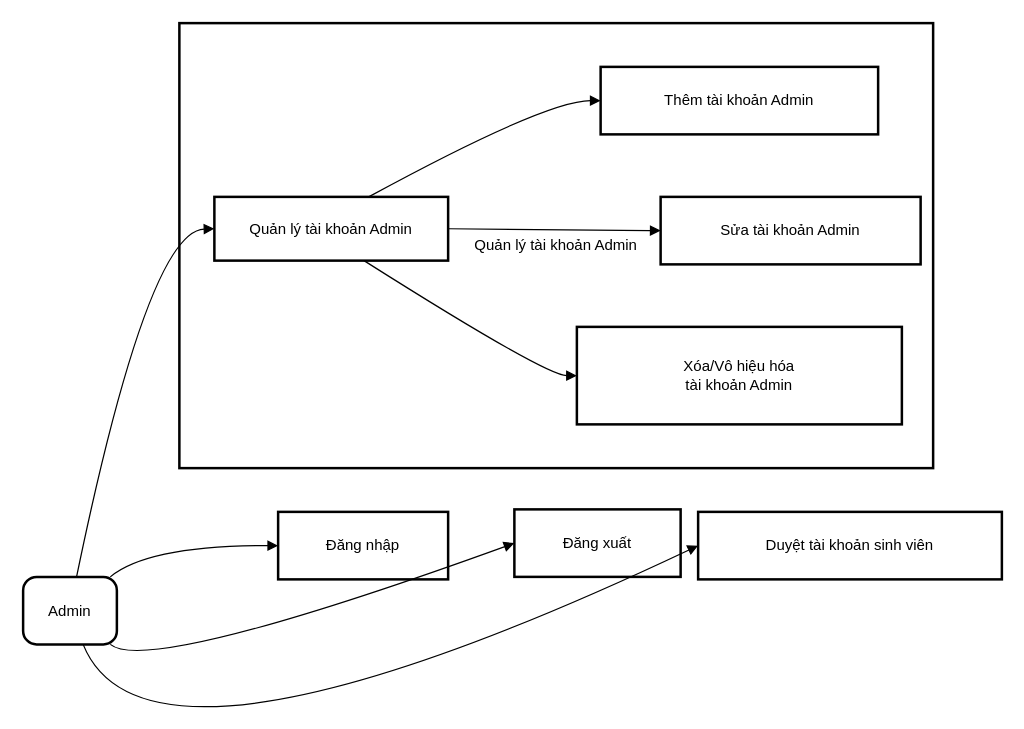
Above: page "Trang-3" (3 of 43) of usecase-tongquan.drawio in ngocanh0803/DACS-25-PhanMemQuanLi1 (draw.io), before the change. Source tidied: cells renumbered, new cells numbered last; positions are measured from the earlier drawing's top-left corner, leaving out a move shared by most shapes. Both pictures are drawn from the tidied source at 125%, with x=0, y=0 at pixel (22, 22).
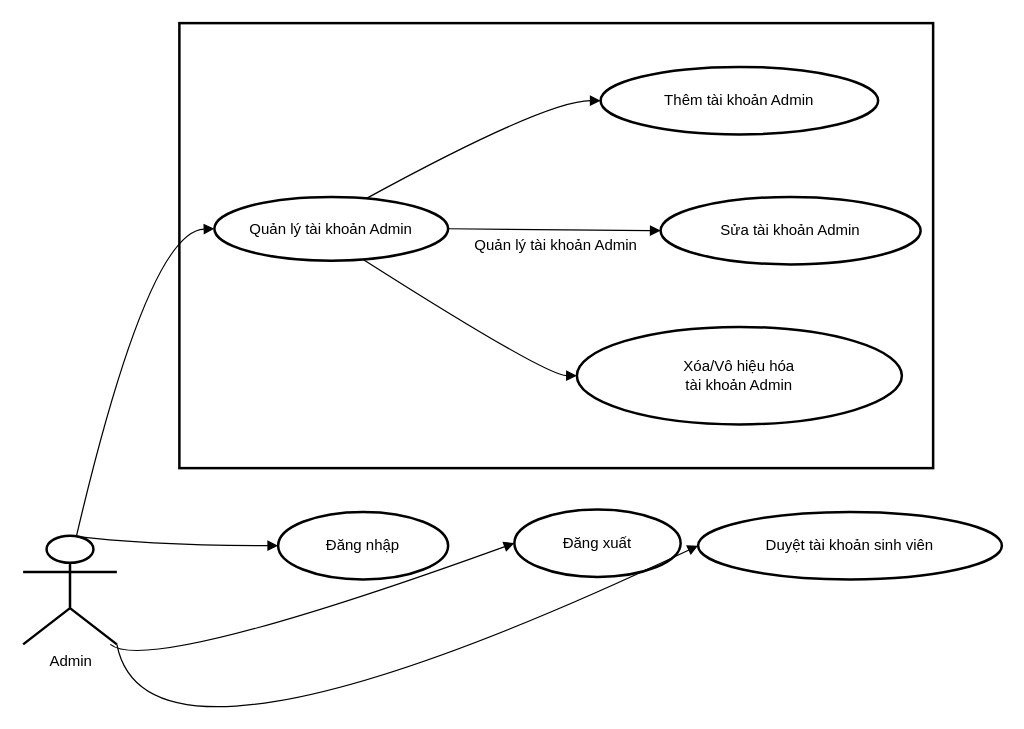
Above is the later version.

The edit, as a diff of the source:
```diff
@@
-    <mxCell id="3" value="Admin" style="rounded=1;arcSize=20;strokeWidth=2;" parent="1" vertex="1">
-      <mxGeometry y="443" width="75" height="54" as="geometry" />
+    <mxCell id="3" value="Admin" style="rounded=1;arcSize=20;strokeWidth=2;shape=umlActor;verticalLabelPosition=bottom;verticalAlign=top;html=1;outlineConnect=0;" parent="1" vertex="1">
+      <mxGeometry y="410" width="75" height="87" as="geometry" />
     </mxCell>
-    <mxCell id="4" value="Đăng nhập" style="whiteSpace=wrap;strokeWidth=2;" parent="1" vertex="1">
+    <mxCell id="4" value="Đăng nhập" style="whiteSpace=wrap;strokeWidth=2;shape=ellipse;perimeter=ellipsePerimeter;html=1;" parent="1" vertex="1">
       <mxGeometry x="204" y="391" width="136" height="54" as="geometry" />
     </mxCell>
-    <mxCell id="5" value="Đăng xuất" style="whiteSpace=wrap;strokeWidth=2;" parent="1" vertex="1">
+    <mxCell id="5" value="Đăng xuất" style="whiteSpace=wrap;strokeWidth=2;shape=ellipse;perimeter=ellipsePerimeter;html=1;" parent="1" vertex="1">
       <mxGeometry x="393" y="389" width="133" height="54" as="geometry" />
     </mxCell>
-    <mxCell id="6" value="Quản lý tài khoản Admin" style="whiteSpace=wrap;strokeWidth=2;" parent="1" vertex="1">
+    <mxCell id="6" value="Quản lý tài khoản Admin" style="whiteSpace=wrap;strokeWidth=2;shape=ellipse;perimeter=ellipsePerimeter;html=1;" parent="1" vertex="1">
       <mxGeometry x="153" y="139" width="187" height="51" as="geometry" />
     </mxCell>
-    <mxCell id="7" value="Duyệt tài khoản sinh viên" style="whiteSpace=wrap;strokeWidth=2;" parent="1" vertex="1">
+    <mxCell id="7" value="Duyệt tài khoản sinh viên" style="whiteSpace=wrap;strokeWidth=2;shape=ellipse;perimeter=ellipsePerimeter;html=1;" parent="1" vertex="1">
       <mxGeometry x="540" y="391" width="243" height="54" as="geometry" />
     </mxCell>
-    <mxCell id="8" value="Thêm tài khoản Admin" style="whiteSpace=wrap;strokeWidth=2;" parent="1" vertex="1">
+    <mxCell id="8" value="Thêm tài khoản Admin" style="whiteSpace=wrap;strokeWidth=2;shape=ellipse;perimeter=ellipsePerimeter;html=1;" parent="1" vertex="1">
       <mxGeometry x="462" y="35" width="222" height="54" as="geometry" />
     </mxCell>
-    <mxCell id="9" value="Sửa tài khoản Admin" style="whiteSpace=wrap;strokeWidth=2;" parent="1" vertex="1">
+    <mxCell id="9" value="Sửa tài khoản Admin" style="whiteSpace=wrap;strokeWidth=2;shape=ellipse;perimeter=ellipsePerimeter;html=1;" parent="1" vertex="1">
       <mxGeometry x="510" y="139" width="208" height="54" as="geometry" />
     </mxCell>
-    <mxCell id="10" value="Xóa/Vô hiệu hóa&#10;tài khoản Admin" style="whiteSpace=wrap;strokeWidth=2;" parent="1" vertex="1">
+    <mxCell id="10" value="Xóa/Vô hiệu hóa&#10;tài khoản Admin" style="whiteSpace=wrap;strokeWidth=2;shape=ellipse;perimeter=ellipsePerimeter;html=1;" parent="1" vertex="1">
       <mxGeometry x="443" y="243" width="260" height="78" as="geometry" />
     </mxCell>
-    <mxCell id="11" style="curved=1;startArrow=none;endArrow=block;exitX=0.93;exitY=0;entryX=0;entryY=0.5;rounded=0;" parent="1" edge="1" source="3" target="4">
+    <mxCell id="11" style="curved=1;startArrow=none;endArrow=block;exitX=0.5;exitY=0;entryX=0;entryY=0.5;rounded=0;exitDx=0;exitDy=0;exitPerimeter=0;" parent="1" edge="1" source="3" target="4">
       <mxGeometry relative="1" as="geometry">
         <Array as="points">
           <mxPoint x="100" y="418" />
         </Array>
       </mxGeometry>
     </mxCell>
@@
-    <mxCell id="14" style="curved=1;startArrow=none;endArrow=block;exitX=0.64;exitY=1;entryX=0;entryY=0.5;rounded=0;" parent="1" edge="1" source="3" target="7">
+    <mxCell id="14" style="curved=1;startArrow=none;endArrow=block;entryX=0;entryY=0.5;rounded=0;exitX=1;exitY=1;exitDx=0;exitDy=0;exitPerimeter=0;" parent="1" edge="1" source="3" target="7">
       <mxGeometry relative="1" as="geometry">
         <Array as="points">
           <mxPoint x="100" y="626" />
         </Array>
       </mxGeometry>
     </mxCell>
```
